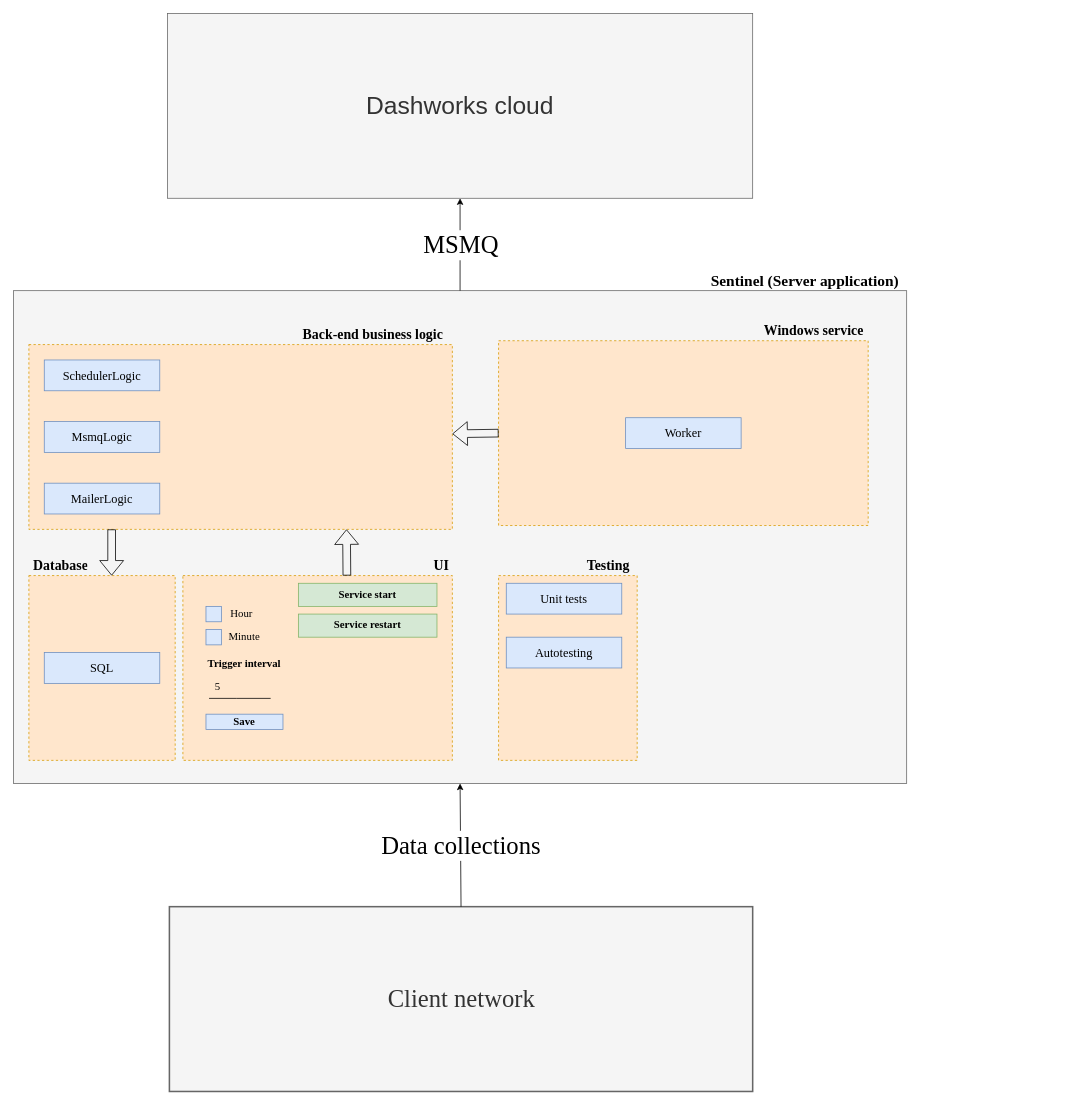
The draw.io diagram src/assets/Untitled Diagram.drawio in ValeryYuntsevich/ag-grid, before the edit. Source tidied: cells renumbered, new cells numbered last; positions are measured from the earlier drawing's top-left corner, leaving out a move shared by most shapes. Both pictures are drawn from the tidied source at 77%, with x=0, y=0 at pixel (13, 13).
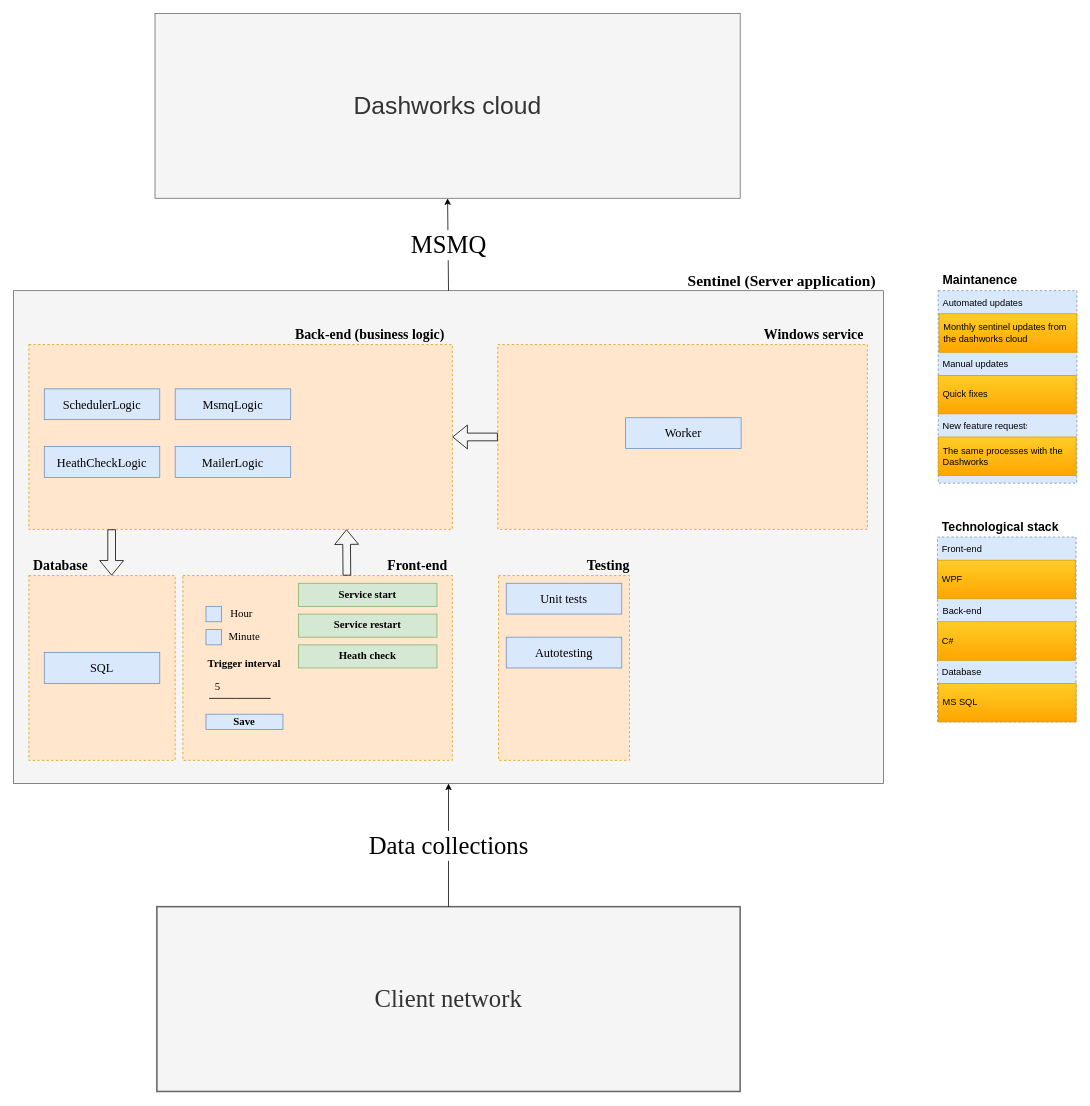
After the change.

Diff of the diagram source:
```diff
@@
     <mxCell id="2" style="rounded=0;whiteSpace=wrap;html=1;fillColor=#f5f5f5;fontColor=#333333;strokeColor=#666666;" parent="1" vertex="1">
-      <mxGeometry y="360" width="1160" height="640" as="geometry" />
+      <mxGeometry y="360" width="1130" height="640" as="geometry" />
     </mxCell>
@@
     <mxCell id="5" value="Sentinel (Server application)" style="text;strokeColor=none;fillColor=none;align=left;verticalAlign=middle;spacingLeft=4;spacingRight=4;overflow=hidden;fontFamily=Times New Roman;fontSize=20;fontStyle=1;" parent="1" vertex="1">
-      <mxGeometry x="900" y="330" width="260" height="30" as="geometry" />
+      <mxGeometry x="870" y="330" width="260" height="30" as="geometry" />
     </mxCell>
-    <mxCell id="6" value="UI" style="text;strokeColor=none;fillColor=none;align=left;verticalAlign=middle;spacingLeft=4;spacingRight=4;overflow=hidden;fontFamily=Times New Roman;fontSize=18;fontStyle=1;" parent="1" vertex="1">
-      <mxGeometry x="540" y="700" width="30" height="30" as="geometry" />
+    <mxCell id="6" value="Front-end" style="text;strokeColor=none;fillColor=none;align=left;verticalAlign=middle;spacingLeft=4;spacingRight=4;overflow=hidden;fontFamily=Times New Roman;fontSize=18;fontStyle=1;" parent="1" vertex="1">
+      <mxGeometry x="480" y="700" width="90" height="30" as="geometry" />
     </mxCell>
-    <mxCell id="7" value="Back-end business logic " style="text;strokeColor=none;fillColor=none;align=left;verticalAlign=middle;spacingLeft=4;spacingRight=4;overflow=hidden;fontFamily=Times New Roman;fontSize=18;fontStyle=1;" parent="1" vertex="1">
-      <mxGeometry x="370" y="400" width="200" height="30" as="geometry" />
+    <mxCell id="7" value="Back-end (business logic) " style="text;strokeColor=none;fillColor=none;align=left;verticalAlign=middle;spacingLeft=4;spacingRight=4;overflow=hidden;fontFamily=Times New Roman;fontSize=18;fontStyle=1;" parent="1" vertex="1">
+      <mxGeometry x="360" y="400" width="210" height="30" as="geometry" />
     </mxCell>
@@
     <mxCell id="11" value="Client network" style="rounded=0;whiteSpace=wrap;html=1;fontFamily=Times New Roman;fontSize=32;strokeWidth=2;fillColor=#f5f5f5;fontColor=#333333;strokeColor=#666666;" parent="1" vertex="1">
-      <mxGeometry x="202.5" y="1160" width="757.5" height="240" as="geometry" />
+      <mxGeometry x="186.2" y="1160" width="757.5" height="240" as="geometry" />
     </mxCell>
@@
     <mxCell id="14" value="Dashworks cloud" style="rounded=0;whiteSpace=wrap;html=1;fontSize=32;fillColor=#f5f5f5;fontColor=#333333;strokeColor=#666666;" parent="1" vertex="1">
-      <mxGeometry x="200" width="760" height="240" as="geometry" />
+      <mxGeometry x="183.8" width="760" height="240" as="geometry" />
     </mxCell>
     <mxCell id="15" value="MailerLogic" style="rounded=0;whiteSpace=wrap;html=1;fontFamily=Times New Roman;fontSize=16;fillColor=#dae8fc;strokeColor=#6c8ebf;" parent="1" vertex="1">
-      <mxGeometry x="40" y="610" width="150" height="40" as="geometry" />
+      <mxGeometry x="210" y="562.5" width="150" height="40" as="geometry" />
     </mxCell>
     <mxCell id="16" style="rounded=0;whiteSpace=wrap;html=1;fontFamily=Times New Roman;fontSize=18;strokeWidth=1;dashed=1;fillColor=#ffe6cc;strokeColor=#d79b00;" parent="1" vertex="1">
-      <mxGeometry x="630" y="425" width="480" height="240" as="geometry" />
+      <mxGeometry x="629" y="430" width="480" height="240" as="geometry" />
     </mxCell>
     <mxCell id="17" value="Windows service" style="text;strokeColor=none;fillColor=none;align=left;verticalAlign=middle;spacingLeft=4;spacingRight=4;overflow=hidden;fontFamily=Times New Roman;fontSize=18;fontStyle=1;" parent="1" vertex="1">
-      <mxGeometry x="969" y="395" width="140" height="30" as="geometry" />
+      <mxGeometry x="969" y="400" width="140" height="30" as="geometry" />
     </mxCell>
@@
     <mxCell id="22" style="rounded=0;whiteSpace=wrap;html=1;fontFamily=Times New Roman;fontSize=18;strokeWidth=1;dashed=1;fillColor=#ffe6cc;strokeColor=#d79b00;" parent="1" vertex="1">
-      <mxGeometry x="630" y="730" width="180" height="240" as="geometry" />
+      <mxGeometry x="630" y="730" width="170" height="240" as="geometry" />
     </mxCell>
@@
     <mxCell id="39" value="MsmqLogic" style="rounded=0;whiteSpace=wrap;html=1;fontFamily=Times New Roman;fontSize=16;fillColor=#dae8fc;strokeColor=#6c8ebf;" parent="1" vertex="1">
-      <mxGeometry x="40" y="530" width="150" height="40" as="geometry" />
+      <mxGeometry x="210" y="487.5" width="150" height="40" as="geometry" />
     </mxCell>
     <mxCell id="40" value="SchedulerLogic" style="rounded=0;whiteSpace=wrap;html=1;fontFamily=Times New Roman;fontSize=16;fillColor=#dae8fc;strokeColor=#6c8ebf;" parent="1" vertex="1">
-      <mxGeometry x="40" y="450" width="150" height="40" as="geometry" />
+      <mxGeometry x="40" y="487.5" width="150" height="40" as="geometry" />
     </mxCell>
@@
+    <mxCell id="42" style="rounded=0;whiteSpace=wrap;html=1;fontFamily=Times New Roman;fontSize=18;strokeWidth=1;dashed=1;fillColor=#dae8fc;strokeColor=#6c8ebf;" parent="1" vertex="1">
+      <mxGeometry x="1201" y="360" width="180" height="250" as="geometry" />
+    </mxCell>
+    <mxCell id="43" value="Automated updates" style="text;strokeColor=none;fillColor=none;align=left;verticalAlign=middle;spacingLeft=4;spacingRight=4;overflow=hidden;" parent="1" vertex="1">
+      <mxGeometry x="1201" y="360" width="119" height="30" as="geometry" />
+    </mxCell>
+    <mxCell id="44" value="Monthly sentinel updates from the dashworks cloud" style="text;strokeColor=#d79b00;fillColor=#ffcd28;align=left;verticalAlign=middle;spacingLeft=4;spacingRight=4;overflow=hidden;whiteSpace=wrap;gradientColor=#ffa500;" parent="1" vertex="1">
+      <mxGeometry x="1202" y="390" width="179" height="50" as="geometry" />
+    </mxCell>
+    <mxCell id="45" value="Maintanence" style="text;strokeColor=none;fillColor=none;align=left;verticalAlign=middle;spacingLeft=4;spacingRight=4;overflow=hidden;fontStyle=1;fontSize=16;" parent="1" vertex="1">
+      <mxGeometry x="1201" y="330" width="119" height="30" as="geometry" />
+    </mxCell>
+    <mxCell id="46" value="Heath check" style="rounded=0;whiteSpace=wrap;html=1;fontFamily=Times New Roman;fontSize=14;strokeWidth=1;fontStyle=1;fillColor=#d5e8d4;strokeColor=#82b366;" parent="1" vertex="1">
+      <mxGeometry x="370" y="820" width="180" height="30" as="geometry" />
+    </mxCell>
+    <mxCell id="47" value="HeathCheckLogic" style="rounded=0;whiteSpace=wrap;html=1;fontFamily=Times New Roman;fontSize=16;fillColor=#dae8fc;strokeColor=#6c8ebf;" parent="1" vertex="1">
+      <mxGeometry x="40" y="562.5" width="150" height="40" as="geometry" />
+    </mxCell>
+    <mxCell id="48" value="Manual updates" style="text;strokeColor=none;fillColor=none;align=left;verticalAlign=middle;spacingLeft=4;spacingRight=4;overflow=hidden;" parent="1" vertex="1">
+      <mxGeometry x="1201" y="440" width="119" height="30" as="geometry" />
+    </mxCell>
+    <mxCell id="49" value="Quick fixes" style="text;strokeColor=#d79b00;fillColor=#ffcd28;align=left;verticalAlign=middle;spacingLeft=4;spacingRight=4;overflow=hidden;whiteSpace=wrap;gradientColor=#ffa500;" parent="1" vertex="1">
+      <mxGeometry x="1201" y="470" width="179" height="50" as="geometry" />
+    </mxCell>
+    <mxCell id="50" value="New feature requests" style="text;strokeColor=none;fillColor=none;align=left;verticalAlign=middle;spacingLeft=4;spacingRight=4;overflow=hidden;" parent="1" vertex="1">
+      <mxGeometry x="1201" y="520" width="119" height="30" as="geometry" />
+    </mxCell>
+    <mxCell id="51" value="The same processes with the Dashworks" style="text;strokeColor=#d79b00;fillColor=#ffcd28;align=left;verticalAlign=middle;spacingLeft=4;spacingRight=4;overflow=hidden;whiteSpace=wrap;gradientColor=#ffa500;" parent="1" vertex="1">
+      <mxGeometry x="1201" y="550" width="179" height="50" as="geometry" />
+    </mxCell>
+    <mxCell id="52" value="Technological stack" style="text;strokeColor=none;fillColor=none;align=left;verticalAlign=middle;spacingLeft=4;spacingRight=4;overflow=hidden;fontStyle=1;fontSize=16;" parent="1" vertex="1">
+      <mxGeometry x="1200" y="650" width="180" height="30" as="geometry" />
+    </mxCell>
+    <mxCell id="53" style="rounded=0;whiteSpace=wrap;html=1;fontFamily=Times New Roman;fontSize=18;strokeWidth=1;dashed=1;fillColor=#dae8fc;strokeColor=#6c8ebf;" parent="1" vertex="1">
+      <mxGeometry x="1200" y="680" width="180" height="240" as="geometry" />
+    </mxCell>
+    <mxCell id="54" value="Front-end" style="text;strokeColor=none;fillColor=none;align=left;verticalAlign=middle;spacingLeft=4;spacingRight=4;overflow=hidden;" parent="1" vertex="1">
+      <mxGeometry x="1200" y="680" width="119" height="30" as="geometry" />
+    </mxCell>
+    <mxCell id="55" value="WPF" style="text;strokeColor=#d79b00;fillColor=#ffcd28;align=left;verticalAlign=middle;spacingLeft=4;spacingRight=4;overflow=hidden;whiteSpace=wrap;gradientColor=#ffa500;" parent="1" vertex="1">
+      <mxGeometry x="1200" y="710" width="179" height="50" as="geometry" />
+    </mxCell>
+    <mxCell id="56" value="Back-end" style="text;strokeColor=none;fillColor=none;align=left;verticalAlign=middle;spacingLeft=4;spacingRight=4;overflow=hidden;" parent="1" vertex="1">
+      <mxGeometry x="1201" y="760" width="119" height="30" as="geometry" />
+    </mxCell>
+    <mxCell id="57" value="C#" style="text;strokeColor=#d79b00;fillColor=#ffcd28;align=left;verticalAlign=middle;spacingLeft=4;spacingRight=4;overflow=hidden;whiteSpace=wrap;gradientColor=#ffa500;" parent="1" vertex="1">
+      <mxGeometry x="1200" y="790" width="179" height="50" as="geometry" />
+    </mxCell>
+    <mxCell id="58" value="Database" style="text;strokeColor=none;fillColor=none;align=left;verticalAlign=middle;spacingLeft=4;spacingRight=4;overflow=hidden;" parent="1" vertex="1">
+      <mxGeometry x="1200" y="840" width="119" height="30" as="geometry" />
+    </mxCell>
+    <mxCell id="59" value="MS SQL" style="text;strokeColor=#d79b00;fillColor=#ffcd28;align=left;verticalAlign=middle;spacingLeft=4;spacingRight=4;overflow=hidden;whiteSpace=wrap;gradientColor=#ffa500;" parent="1" vertex="1">
+      <mxGeometry x="1201" y="870" width="179" height="50" as="geometry" />
+    </mxCell>
```
